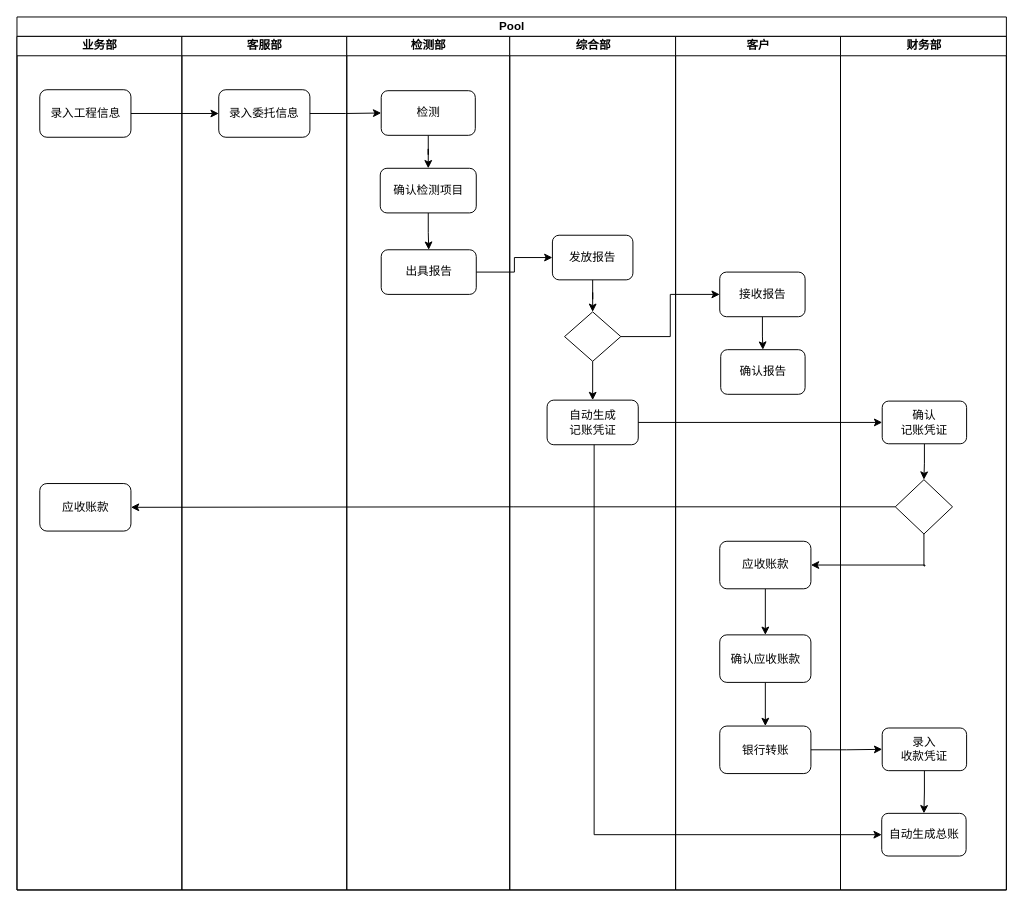
This is bh-oc-process.drawio from wuqh/draw, a draw.io file, before an edit. Source tidied: cells renumbered, new cells numbered last; positions are measured from the earlier drawing's top-left corner, leaving out a move shared by most shapes. Both pictures are drawn from the tidied source at 97%, with x=0, y=0 at pixel (16, 16).
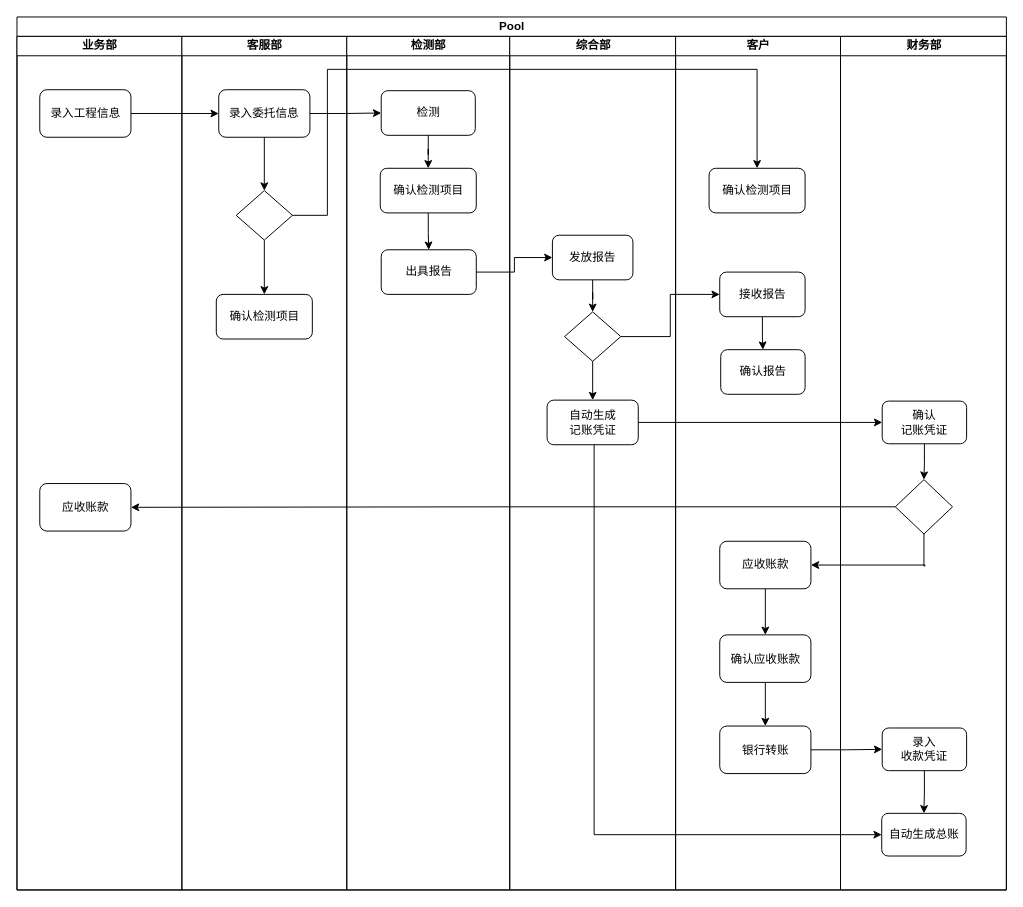
Above is the later version.

The change refers to these unchanged cells:
```xml
<mxCell id="2" value="Pool" style="swimlane;html=1;startSize=20;" parent="1" vertex="1">
  <mxGeometry width="1020" height="900" as="geometry" />
</mxCell>
<mxCell id="6" value="客服部" style="swimlane;html=1;startSize=20;" parent="2" vertex="1">
  <mxGeometry x="170" y="20" width="170" height="880" as="geometry" />
</mxCell>
<mxCell id="7" value="录入委托信息" style="shape=ext;rounded=1;html=1;whiteSpace=wrap;" parent="6" vertex="1">
  <mxGeometry x="38" y="55" width="94" height="49" as="geometry" />
</mxCell>
<mxCell id="20" value="客户" style="swimlane;html=1;startSize=20;" parent="2" vertex="1">
  <mxGeometry x="679" y="20" width="170" height="880" as="geometry" />
</mxCell>
```

Diff of the diagram source:
```diff
@@
+    <mxCell id="45" style="edgeStyle=orthogonalEdgeStyle;rounded=0;jettySize=auto;html=1;entryX=0.5;entryY=0;entryDx=0;entryDy=0;" parent="6" edge="1" source="7" target="48">
+      <mxGeometry relative="1" as="geometry" />
+    </mxCell>
@@
+    <mxCell id="46" value="确认检测项目" style="shape=ext;rounded=1;html=1;whiteSpace=wrap;" parent="6" vertex="1">
+      <mxGeometry x="35.5" y="266" width="99" height="46" as="geometry" />
+    </mxCell>
+    <mxCell id="47" style="edgeStyle=orthogonalEdgeStyle;rounded=0;jettySize=auto;html=1;" parent="6" edge="1" source="48" target="46">
+      <mxGeometry relative="1" as="geometry" />
+    </mxCell>
+    <mxCell id="48" style="rhombus;whiteSpace=wrap;html=1;" parent="6" vertex="1">
+      <mxGeometry x="56" y="159" width="58" height="51" as="geometry" />
+    </mxCell>
@@
+    <mxCell id="49" value="确认检测项目" style="shape=ext;rounded=1;html=1;whiteSpace=wrap;" parent="20" vertex="1">
+      <mxGeometry x="34.5" y="136" width="99" height="46" as="geometry" />
+    </mxCell>
@@
+    <mxCell id="50" style="edgeStyle=orthogonalEdgeStyle;rounded=0;jettySize=auto;html=1;" parent="2" edge="1" source="48" target="49">
+      <mxGeometry relative="1" as="geometry">
+        <Array as="points">
+          <mxPoint x="320" y="205" />
+          <mxPoint x="320" y="54" />
+          <mxPoint x="763" y="54" />
+        </Array>
+      </mxGeometry>
+    </mxCell>
```
